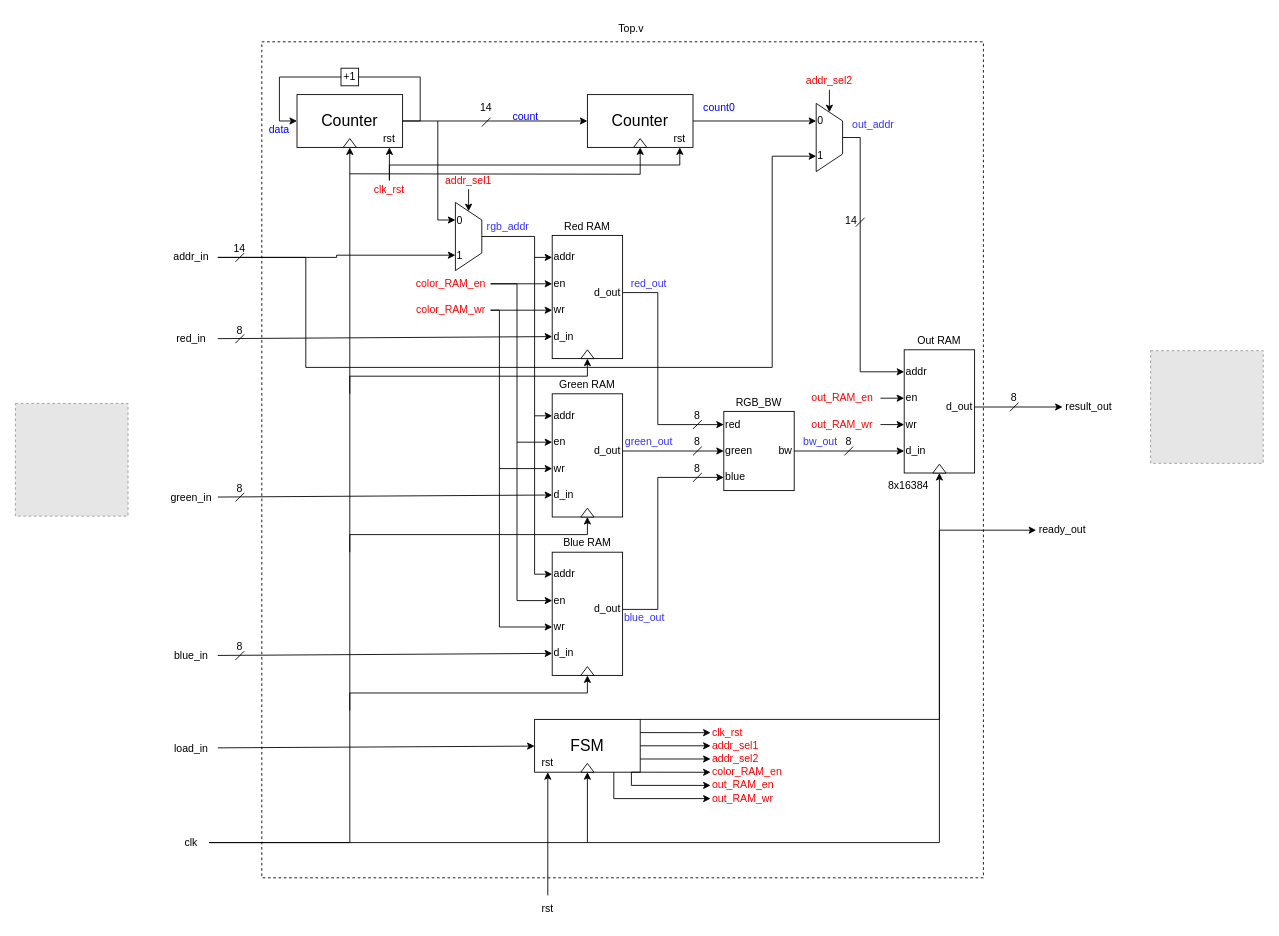
Before: rgb-to-greyscale/block_diagram_updated.drawio in DavidAGN05/processor, a draw.io diagram. Source tidied: cells renumbered, new cells numbered last; positions are measured from the earlier drawing's top-left corner, leaving out a move shared by most shapes. Both pictures are drawn from the tidied source at 88%, with x=0, y=0 at pixel (15, 15). Pictures stored in the file or linked from it are replaced by grey dashed boxes.
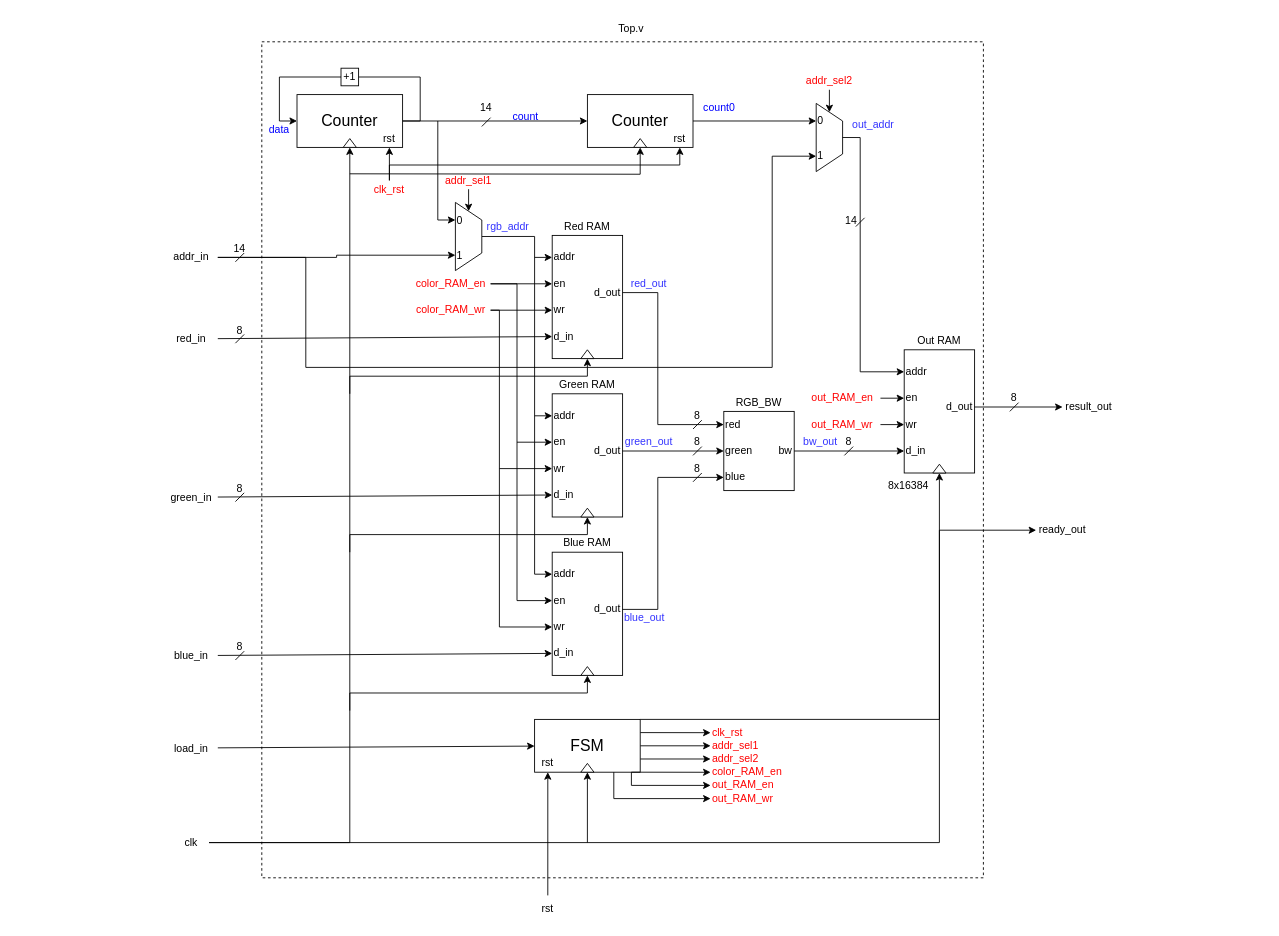
Above is the later version.

Commit message (it also covers changes not shown here):
updated block digagram

Diff of the diagram source:
```diff
@@
-    <mxCell id="169" style="fillColor=#E6E6E6;strokeColor=#999999;dashed=1;verticalLabelPosition=bottom;labelBackgroundColor=default;verticalAlign=top;" parent="1" vertex="1">
-      <mxGeometry y="441" width="128" height="128" as="geometry" />
-    </mxCell>
-    <mxCell id="170" style="fillColor=#E6E6E6;strokeColor=#999999;dashed=1;verticalLabelPosition=bottom;labelBackgroundColor=default;verticalAlign=top;" parent="1" vertex="1">
-      <mxGeometry x="1290" y="381" width="128" height="128" as="geometry" />
-    </mxCell>
```
